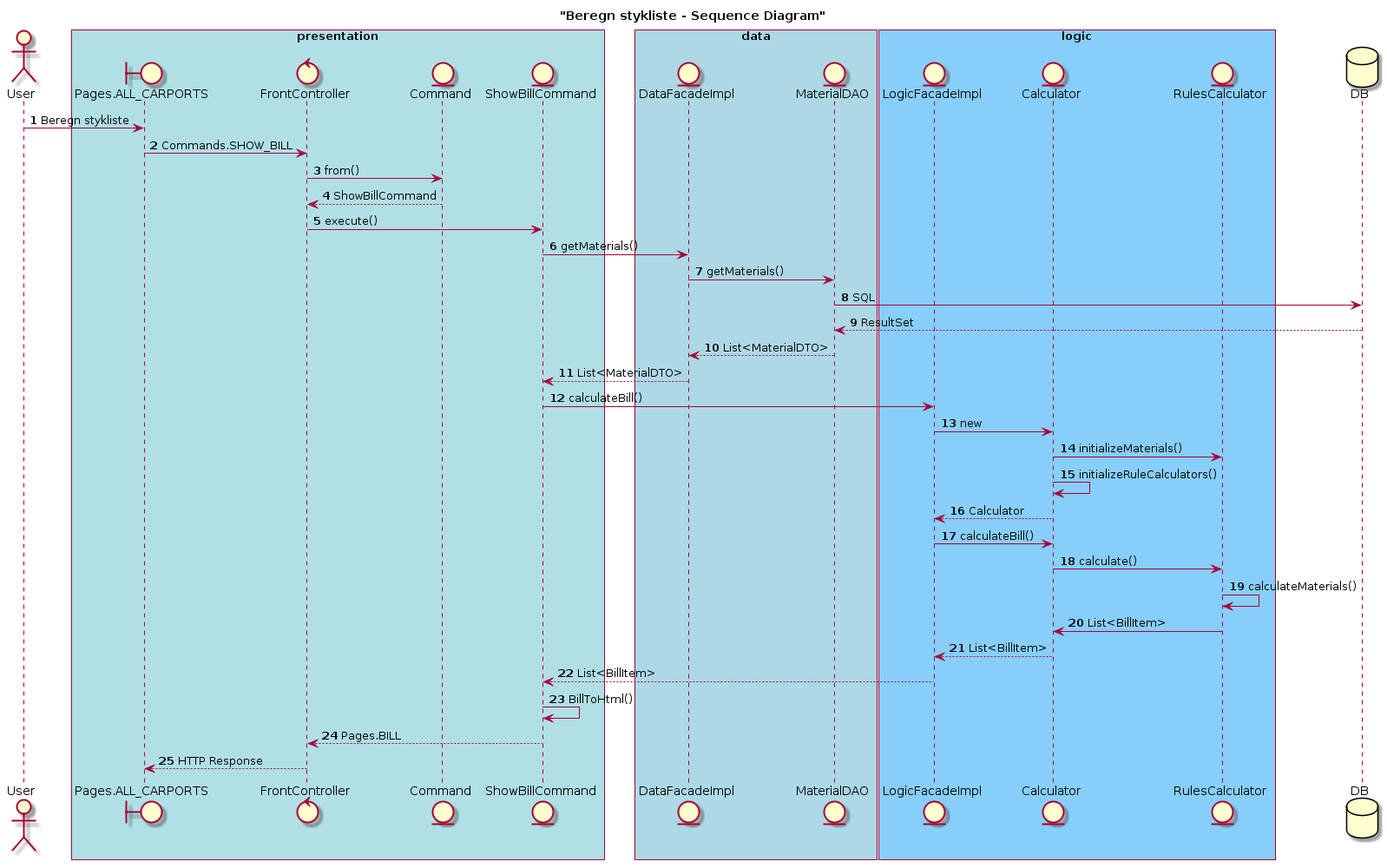
CK2800/Fog keeps this PlantUML diagram as Analysedokumenter/SSD beregn stykliste.png. Above is the earlier version.
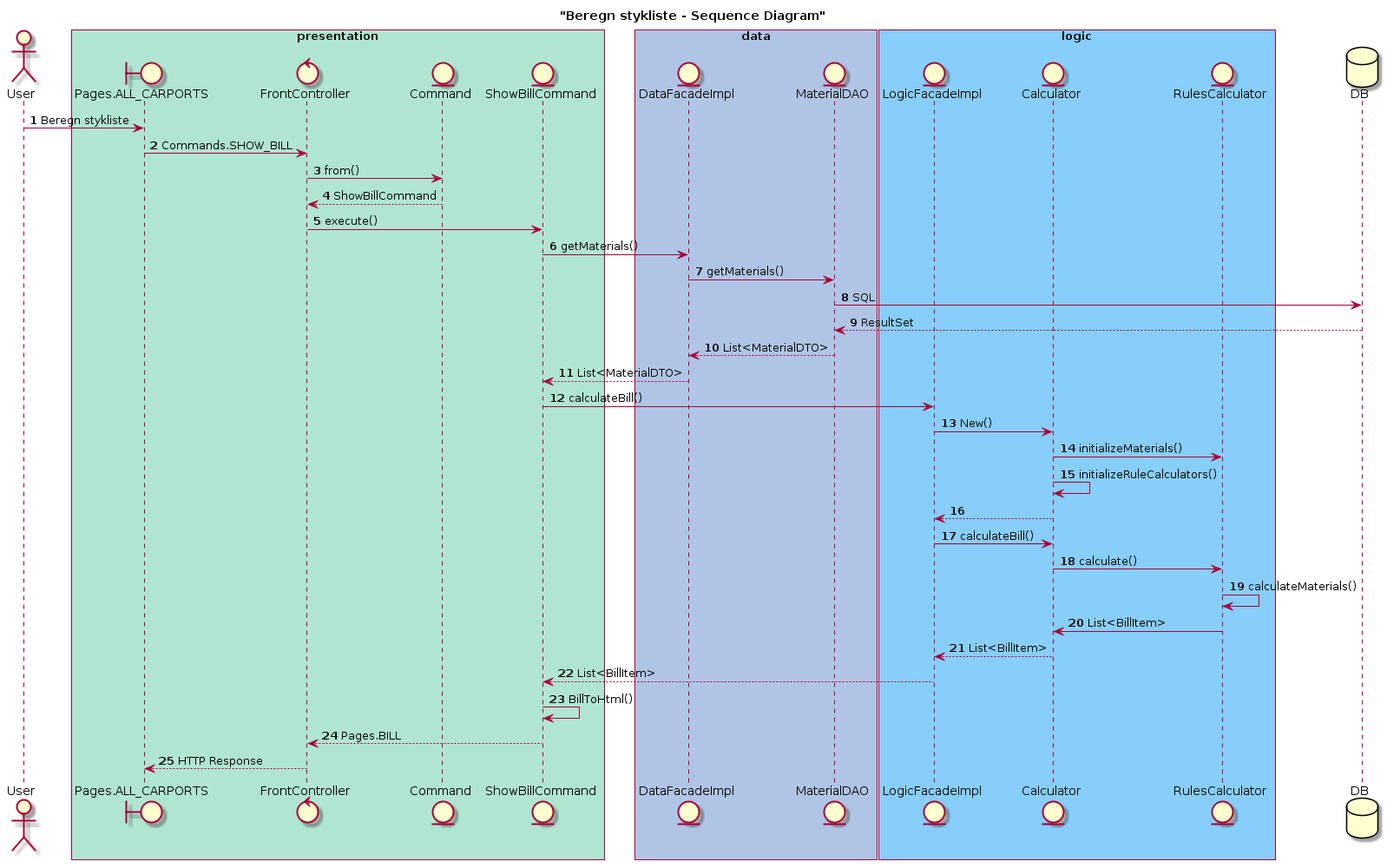
Later version of the same file.

What changed in the source:
```diff
@@ -4,14 +4,14 @@
 
 actor User
 
-box "presentation" #PowderBlue
+box "presentation" #b0e6d1
 boundary "Pages.ALL_CARPORTS" as GUI
 control "FrontController" as FC
 entity Command as COM
 entity ShowBillCommand as SBC
 end box
 
-box "data" #LightBlue
+box "data" #b0c5e6
 entity DataFacadeImpl as DF
 entity MaterialDAO as mDAO
 end box
@@ -36,10 +36,10 @@
 mDAO -->DF: List<MaterialDTO>
 DF -->SBC : List<MaterialDTO>
 SBC -> LF : calculateBill()
-LF -> Calc: new
+LF -> Calc: New()
 Calc-> RC : initializeMaterials()
 Calc->Calc: initializeRuleCalculators()
-Calc--> LF : Calculator
+Calc--> LF
 LF -> Calc: calculateBill()
 Calc-> RC : calculate()
 RC  -> RC : calculateMaterials()
```
